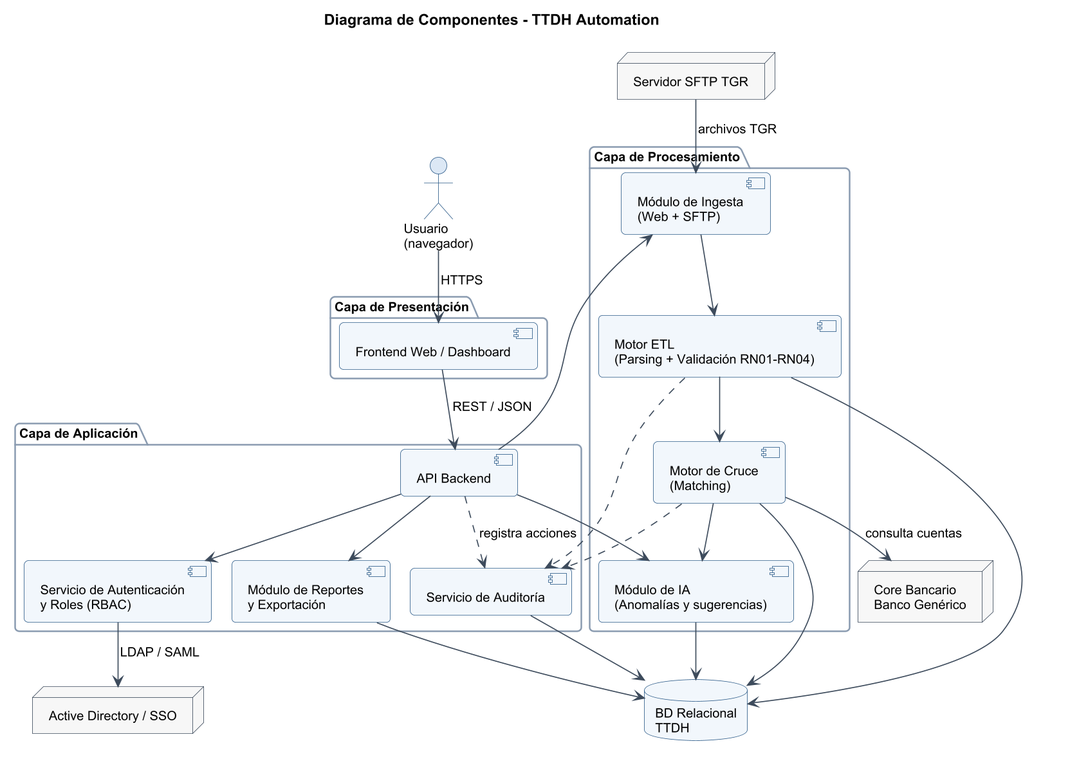
Before: Fase 2/Evidencias Proyecto/Evidencias de Documentación/Análisis y Diseño/Diagramas/03_componentes.png, a diagram exported from PlantUML (JS-Ranker/CAPSTONE).
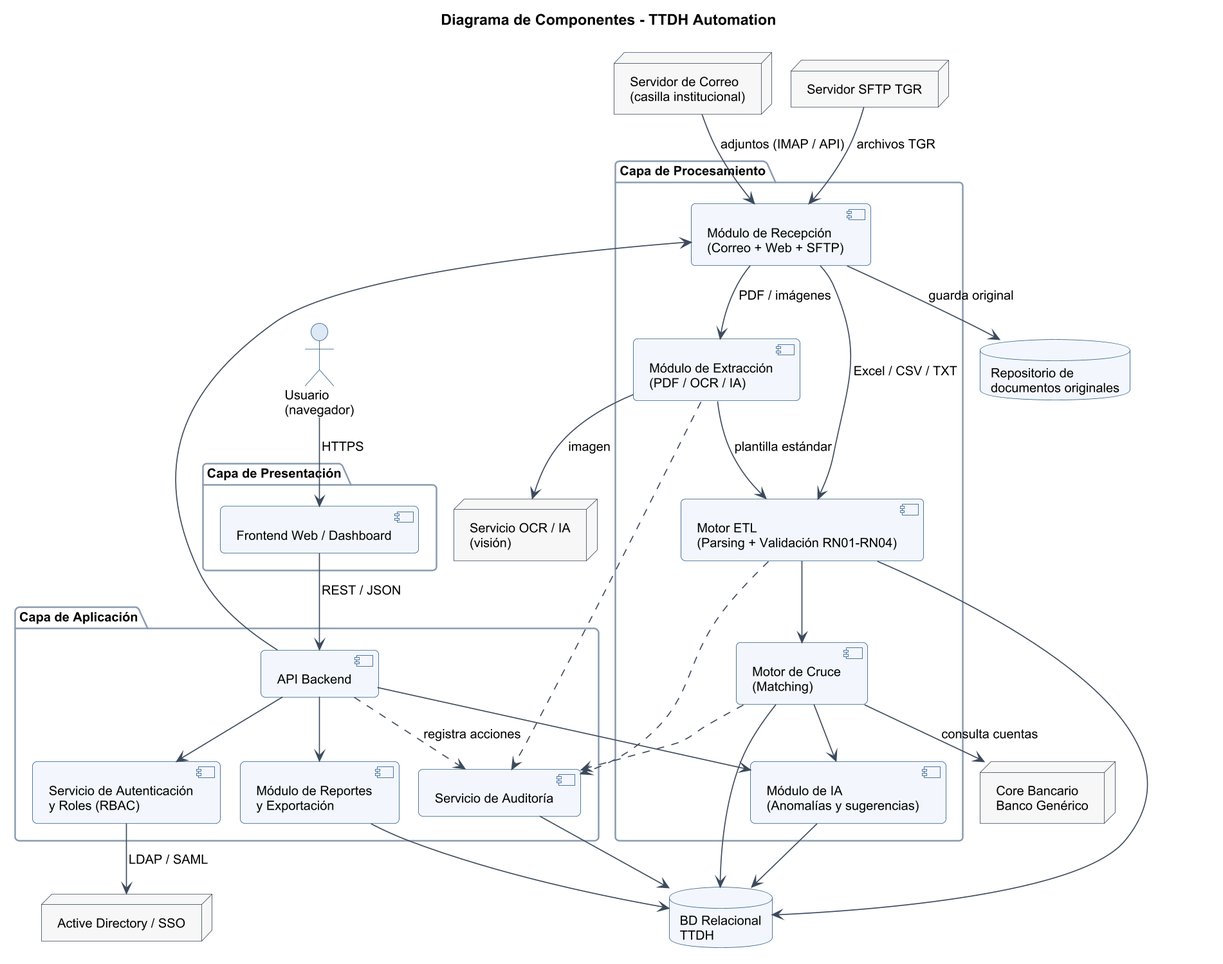
After the commit.

What changed in the source:
```diff
@@ -16,15 +16,19 @@
 }
 
 package "Capa de Procesamiento" {
-  [Módulo de Ingesta\n(Web + SFTP)] as ING
+  [Módulo de Recepción\n(Correo + Web + SFTP)] as ING
+  [Módulo de Extracción\n(PDF / OCR / IA)] as EXT
   [Motor ETL\n(Parsing + Validación RN01-RN04)] as ETL
   [Motor de Cruce\n(Matching)] as MAT
   [Módulo de IA\n(Anomalías y sugerencias)] as IAM
 }
 
 database "BD Relacional\nTTDH" as DB
+database "Repositorio de\ndocumentos originales" as REPO
 
+node "Servidor de Correo\n(casilla institucional)" as MAIL
 node "Servidor SFTP TGR" as SFTP
+node "Servicio OCR / IA\n(visión)" as OCR
 node "Core Bancario\nBanco Genérico" as CORE
 node "Active Directory / SSO" as AD
 
@@ -35,8 +39,13 @@
 API --> ING
 API --> REP
 API --> IAM
+MAIL --> ING : adjuntos (IMAP / API)
 SFTP --> ING : archivos TGR
-ING --> ETL
+ING --> REPO : guarda original
+ING --> ETL : Excel / CSV / TXT
+ING --> EXT : PDF / imágenes
+EXT --> OCR : imagen
+EXT --> ETL : plantilla estándar
 ETL --> MAT
 MAT --> CORE : consulta cuentas
 MAT --> IAM
@@ -47,5 +56,6 @@
 AUD --> DB
 API ..> AUD : registra acciones
 ETL ..> AUD
+EXT ..> AUD
 MAT ..> AUD
 @enduml
```
